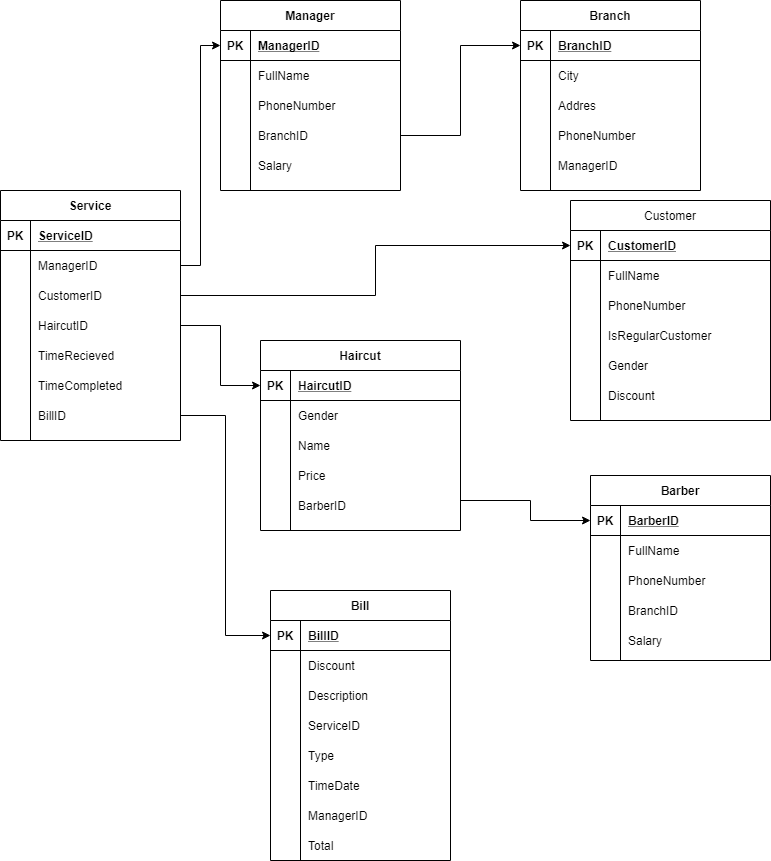
leetrikon/SQL keeps this draw.io diagram as lab2/Barbershop.png. Above is the earlier version. Source tidied: cells renumbered, new cells last; positions are measured from the earlier drawing's top-left corner, leaving out a move shared by most shapes.
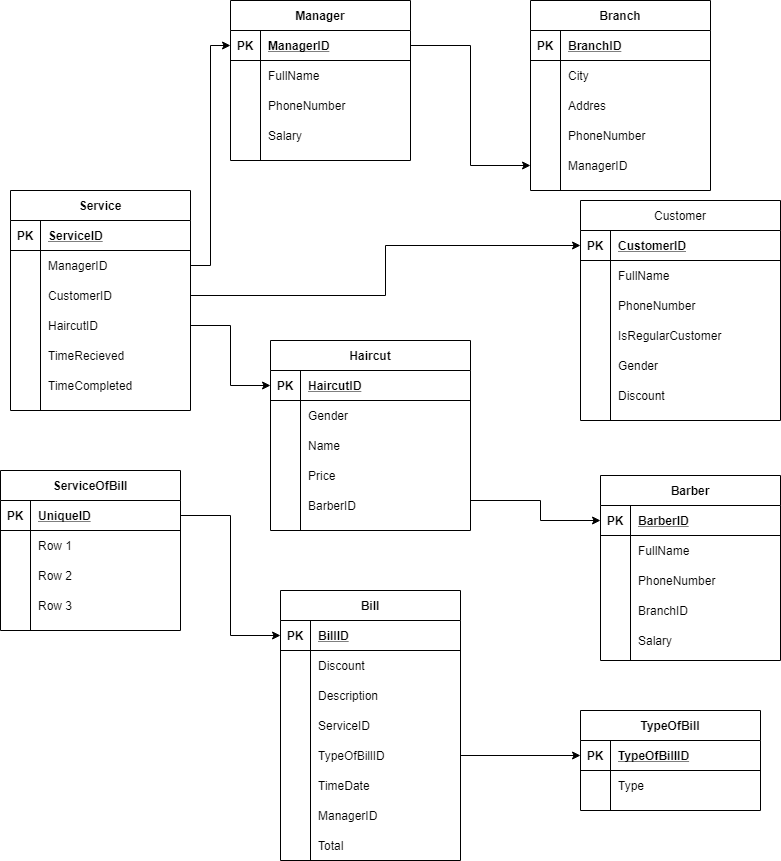
After the commit.

Change to the diagram source:
```diff
@@ -6,7 +6,7 @@
       <mxGeometry relative="1" as="geometry" />
     </mxCell>
     <mxCell id="3" value="Service" style="shape=table;startSize=30;rowLines=0;fontStyle=1;align=center;" parent="1" vertex="1">
-      <mxGeometry y="190" width="180" height="250" as="geometry" />
+      <mxGeometry y="190" width="180" height="220" as="geometry" />
     </mxCell>
     <mxCell id="4" style="shape=partialRectangle;fillColor=none;top=0;left=0;bottom=1;right=0;" parent="3" vertex="1">
       <mxGeometry y="30" width="180" height="30" as="geometry" />
@@ -62,15 +62,6 @@
     <mxCell id="21" value="TimeCompleted" style="shape=partialRectangle;fillColor=none;top=0;left=0;bottom=0;right=0;align=left;spacingLeft=6;overflow=hidden;" parent="19" vertex="1">
       <mxGeometry x="30" width="150" height="30" as="geometry" />
     </mxCell>
-    <mxCell id="22" style="shape=partialRectangle;fillColor=none;top=0;left=0;bottom=0;right=0;points=[[0,0.5],[1,0.5]];portConstraint=eastwest;" parent="3" vertex="1">
-      <mxGeometry y="210" width="180" height="30" as="geometry" />
-    </mxCell>
-    <mxCell id="23" style="shape=partialRectangle;fillColor=none;top=0;left=0;bottom=0;right=0;overflow=hidden;" parent="22" vertex="1">
-      <mxGeometry width="30" height="30" as="geometry" />
-    </mxCell>
-    <mxCell id="24" value="BillID" style="shape=partialRectangle;fillColor=none;top=0;left=0;bottom=0;right=0;align=left;spacingLeft=6;overflow=hidden;" parent="22" vertex="1">
-      <mxGeometry x="30" width="150" height="30" as="geometry" />
-    </mxCell>
     <mxCell id="25" style="edgeStyle=orthogonalEdgeStyle;rounded=0;jettySize=auto;html=1;" parent="1" edge="1" source="10" target="79">
       <mxGeometry relative="1" as="geometry" />
     </mxCell>
@@ -83,14 +74,11 @@
         </Array>
       </mxGeometry>
     </mxCell>
-    <mxCell id="27" style="edgeStyle=orthogonalEdgeStyle;rounded=0;jettySize=auto;html=1;entryX=0;entryY=0.5;entryDx=0;entryDy=0;" parent="1" edge="1" source="22" target="114">
+    <mxCell id="27" style="edgeStyle=orthogonalEdgeStyle;rounded=0;jettySize=auto;html=1;entryX=0;entryY=0.5;entryDx=0;entryDy=0;exitX=1;exitY=0.5;exitDx=0;exitDy=0;" parent="1" edge="1" source="139" target="114">
       <mxGeometry relative="1" as="geometry" />
     </mxCell>
-    <mxCell id="28" style="edgeStyle=orthogonalEdgeStyle;rounded=0;jettySize=auto;html=1;entryX=0;entryY=0.5;entryDx=0;entryDy=0;" parent="1" edge="1" source="39" target="46">
-      <mxGeometry relative="1" as="geometry" />
-    </mxCell>
     <mxCell id="29" value="Manager" style="shape=table;startSize=30;rowLines=0;fontStyle=1;align=center;" parent="1" vertex="1">
-      <mxGeometry x="220" width="180" height="190" as="geometry" />
+      <mxGeometry x="220" width="180" height="160" as="geometry" />
     </mxCell>
     <mxCell id="30" style="shape=partialRectangle;fillColor=none;top=0;left=0;bottom=1;right=0;points=[[0,0.5],[1,0.5]];portConstraint=eastwest;" parent="29" vertex="1">
       <mxGeometry y="30" width="180" height="30" as="geometry" />
@@ -119,17 +107,8 @@
     <mxCell id="38" value="PhoneNumber" style="shape=partialRectangle;fillColor=none;top=0;left=0;bottom=0;right=0;align=left;spacingLeft=6;overflow=hidden;" parent="36" vertex="1">
       <mxGeometry x="30" width="150" height="30" as="geometry" />
     </mxCell>
-    <mxCell id="39" style="shape=partialRectangle;fillColor=none;top=0;left=0;bottom=0;right=0;points=[[0,0.5],[1,0.5]];portConstraint=eastwest;" parent="29" vertex="1">
-      <mxGeometry y="120" width="180" height="30" as="geometry" />
-    </mxCell>
-    <mxCell id="40" style="shape=partialRectangle;fillColor=none;top=0;left=0;bottom=0;right=0;overflow=hidden;" parent="39" vertex="1">
-      <mxGeometry width="30" height="30" as="geometry" />
-    </mxCell>
-    <mxCell id="41" value="BranchID" style="shape=partialRectangle;fillColor=none;top=0;left=0;bottom=0;right=0;align=left;spacingLeft=6;overflow=hidden;" parent="39" vertex="1">
-      <mxGeometry x="30" width="150" height="30" as="geometry" />
-    </mxCell>
     <mxCell id="42" style="shape=partialRectangle;fillColor=none;top=0;left=0;bottom=0;right=0;" parent="29" vertex="1">
-      <mxGeometry y="150" width="180" height="30" as="geometry" />
+      <mxGeometry y="120" width="180" height="30" as="geometry" />
     </mxCell>
     <mxCell id="43" style="shape=partialRectangle;fillColor=none;top=0;left=0;bottom=0;right=0;overflow=hidden;" parent="42" vertex="1">
       <mxGeometry width="30" height="30" as="geometry" />
@@ -386,7 +365,7 @@
     <mxCell id="127" style="shape=partialRectangle;fillColor=none;top=0;left=0;bottom=0;right=0;overflow=hidden;" parent="126" vertex="1">
       <mxGeometry width="30" height="30" as="geometry" />
     </mxCell>
-    <mxCell id="128" value="Type" style="shape=partialRectangle;fillColor=none;top=0;left=0;bottom=0;right=0;align=left;spacingLeft=6;overflow=hidden;" parent="126" vertex="1">
+    <mxCell id="128" value="TypeOfBillID" style="shape=partialRectangle;fillColor=none;top=0;left=0;bottom=0;right=0;align=left;spacingLeft=6;overflow=hidden;" parent="126" vertex="1">
       <mxGeometry x="30" width="150" height="30" as="geometry" />
     </mxCell>
     <mxCell id="129" style="shape=partialRectangle;fillColor=none;top=0;left=0;bottom=0;right=0;" parent="113" vertex="1">
@@ -416,5 +395,71 @@
     <mxCell id="137" value="Total" style="shape=partialRectangle;fillColor=none;top=0;left=0;bottom=0;right=0;align=left;spacingLeft=6;overflow=hidden;" parent="135" vertex="1">
       <mxGeometry x="30" width="150" height="30" as="geometry" />
     </mxCell>
+    <mxCell id="138" value="ServiceOfBill" style="shape=table;startSize=30;rowLines=0;fontStyle=1;align=center;" parent="1" vertex="1">
+      <mxGeometry x="-10" y="470" width="180" height="160" as="geometry" />
+    </mxCell>
+    <mxCell id="139" style="shape=partialRectangle;fillColor=none;top=0;left=0;bottom=1;right=0;points=[[0,0.5],[1,0.5]];portConstraint=eastwest;" parent="138" vertex="1">
+      <mxGeometry y="30" width="180" height="30" as="geometry" />
+    </mxCell>
+    <mxCell id="140" value="PK" style="shape=partialRectangle;fillColor=none;top=0;left=0;bottom=0;right=0;fontStyle=1;overflow=hidden;" parent="139" vertex="1">
+      <mxGeometry width="30" height="30" as="geometry" />
+    </mxCell>
+    <mxCell id="141" value="UniqueID" style="shape=partialRectangle;fillColor=none;top=0;left=0;bottom=0;right=0;align=left;spacingLeft=6;fontStyle=5;overflow=hidden;" parent="139" vertex="1">
+      <mxGeometry x="30" width="150" height="30" as="geometry" />
+    </mxCell>
+    <mxCell id="142" style="shape=partialRectangle;fillColor=none;top=0;left=0;bottom=0;right=0;" parent="138" vertex="1">
+      <mxGeometry y="60" width="180" height="30" as="geometry" />
+    </mxCell>
+    <mxCell id="143" style="shape=partialRectangle;fillColor=none;top=0;left=0;bottom=0;right=0;overflow=hidden;" parent="142" vertex="1">
+      <mxGeometry width="30" height="30" as="geometry" />
+    </mxCell>
+    <mxCell id="144" value="Row 1" style="shape=partialRectangle;fillColor=none;top=0;left=0;bottom=0;right=0;align=left;spacingLeft=6;overflow=hidden;" parent="142" vertex="1">
+      <mxGeometry x="30" width="150" height="30" as="geometry" />
+    </mxCell>
+    <mxCell id="145" style="shape=partialRectangle;fillColor=none;top=0;left=0;bottom=0;right=0;" parent="138" vertex="1">
+      <mxGeometry y="90" width="180" height="30" as="geometry" />
+    </mxCell>
+    <mxCell id="146" style="shape=partialRectangle;fillColor=none;top=0;left=0;bottom=0;right=0;overflow=hidden;" parent="145" vertex="1">
+      <mxGeometry width="30" height="30" as="geometry" />
+    </mxCell>
+    <mxCell id="147" value="Row 2" style="shape=partialRectangle;fillColor=none;top=0;left=0;bottom=0;right=0;align=left;spacingLeft=6;overflow=hidden;" parent="145" vertex="1">
+      <mxGeometry x="30" width="150" height="30" as="geometry" />
+    </mxCell>
+    <mxCell id="39" style="shape=partialRectangle;fillColor=none;top=0;left=0;bottom=0;right=0;points=[[0,0.5],[1,0.5]];portConstraint=eastwest;" parent="138" vertex="1">
+      <mxGeometry y="120" width="180" height="30" as="geometry" />
+    </mxCell>
+    <mxCell id="148" style="shape=partialRectangle;fillColor=none;top=0;left=0;bottom=0;right=0;overflow=hidden;" parent="39" vertex="1">
+      <mxGeometry width="30" height="30" as="geometry" />
+    </mxCell>
+    <mxCell id="149" value="Row 3" style="shape=partialRectangle;fillColor=none;top=0;left=0;bottom=0;right=0;align=left;spacingLeft=6;overflow=hidden;" parent="39" vertex="1">
+      <mxGeometry x="30" width="150" height="30" as="geometry" />
+    </mxCell>
+    <mxCell id="150" style="edgeStyle=orthogonalEdgeStyle;rounded=0;jettySize=auto;html=1;" parent="1" edge="1" source="30" target="58">
+      <mxGeometry relative="1" as="geometry" />
+    </mxCell>
+    <mxCell id="151" value="TypeOfBill" style="shape=table;startSize=30;rowLines=0;fontStyle=1;align=center;" parent="1" vertex="1">
+      <mxGeometry x="570" y="710" width="180" height="100" as="geometry" />
+    </mxCell>
+    <mxCell id="152" style="shape=partialRectangle;fillColor=none;top=0;left=0;bottom=1;right=0;points=[[0,0.5],[1,0.5]];portConstraint=eastwest;" parent="151" vertex="1">
+      <mxGeometry y="30" width="180" height="30" as="geometry" />
+    </mxCell>
+    <mxCell id="153" value="PK" style="shape=partialRectangle;fillColor=none;top=0;left=0;bottom=0;right=0;fontStyle=1;overflow=hidden;" parent="152" vertex="1">
+      <mxGeometry width="30" height="30" as="geometry" />
+    </mxCell>
+    <mxCell id="154" value="TypeOfBillID" style="shape=partialRectangle;fillColor=none;top=0;left=0;bottom=0;right=0;align=left;spacingLeft=6;fontStyle=5;overflow=hidden;" parent="152" vertex="1">
+      <mxGeometry x="30" width="150" height="30" as="geometry" />
+    </mxCell>
+    <mxCell id="155" style="shape=partialRectangle;fillColor=none;top=0;left=0;bottom=0;right=0;" parent="151" vertex="1">
+      <mxGeometry y="60" width="180" height="30" as="geometry" />
+    </mxCell>
+    <mxCell id="156" style="shape=partialRectangle;fillColor=none;top=0;left=0;bottom=0;right=0;overflow=hidden;" parent="155" vertex="1">
+      <mxGeometry width="30" height="30" as="geometry" />
+    </mxCell>
+    <mxCell id="157" value="Type" style="shape=partialRectangle;fillColor=none;top=0;left=0;bottom=0;right=0;align=left;spacingLeft=6;overflow=hidden;" parent="155" vertex="1">
+      <mxGeometry x="30" width="150" height="30" as="geometry" />
+    </mxCell>
+    <mxCell id="158" style="edgeStyle=orthogonalEdgeStyle;rounded=0;jettySize=auto;html=1;entryX=0;entryY=0.5;entryDx=0;entryDy=0;" parent="1" edge="1" source="126" target="152">
+      <mxGeometry relative="1" as="geometry" />
+    </mxCell>
   </root>
 </mxGraphModel>
```
